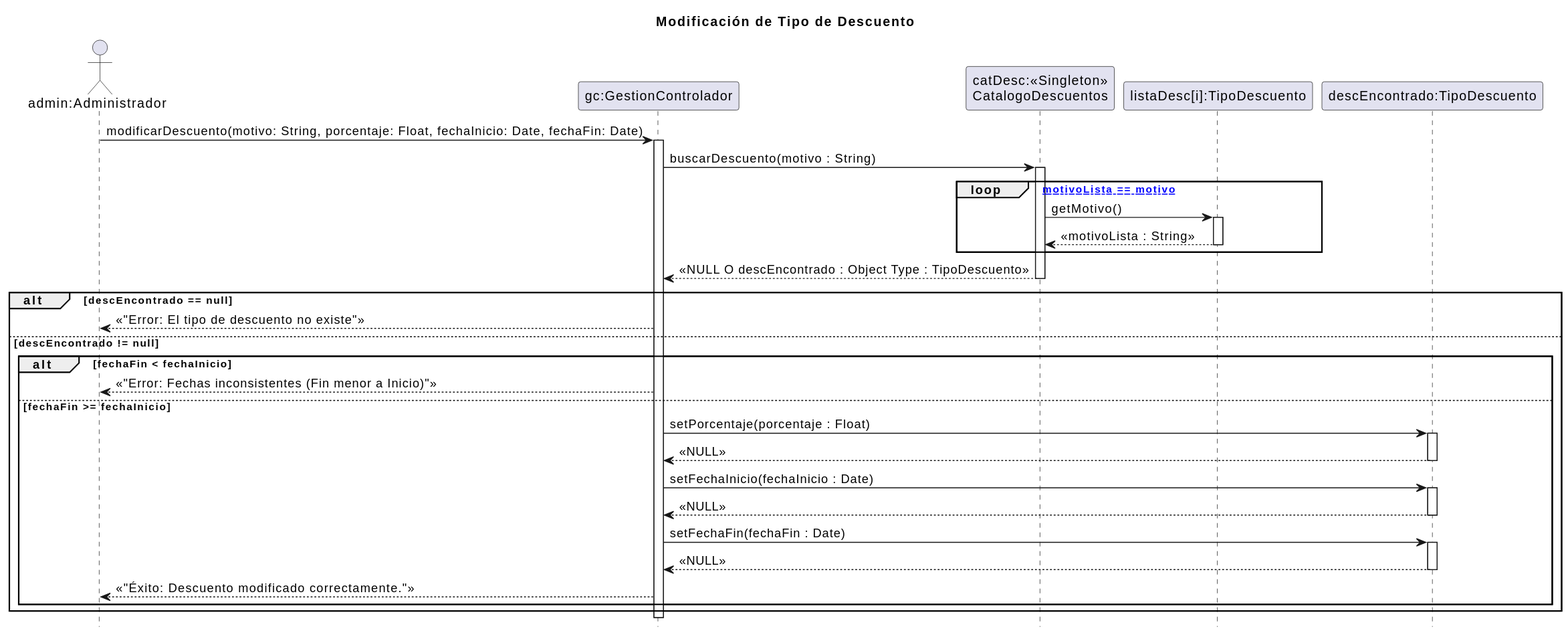
The PlantUML diagram 08 - Diagramas de Secuencia de Diseño/ModificarTipoDescuento/TipoDescuento.svg in zEzequR/PF-I, before a commit. The source it was exported from:
```plantuml
@startuml
title Modificación de Tipo de Descuento
hide footbox

actor "admin:Administrador" as admin
participant "gc:GestionControlador" as ctrl
participant "catDesc:<<Singleton>>\nCatalogoDescuentos" as cat
participant "listaDesc[i]:TipoDescuento" as listTD
participant "descEncontrado:TipoDescuento" as td

admin -> ctrl : modificarDescuento(motivo: String, porcentaje: Float, fechaInicio: Date, fechaFin: Date)
activate ctrl

ctrl -> cat : buscarDescuento(motivo : String)
activate cat

    loop [hasta motivoLista == motivo]
        cat -> listTD : getMotivo()
        activate listTD
        listTD --> cat : «motivoLista : String»
        deactivate listTD
    end

cat --> ctrl : «NULL O descEncontrado : Object Type : TipoDescuento»
deactivate cat

alt descEncontrado == null

    ctrl --> admin : «"Error: El tipo de descuento no existe"»

else descEncontrado != null

    alt fechaFin < fechaInicio

        ctrl --> admin : «"Error: Fechas inconsistentes (Fin menor a Inicio)"»

    else fechaFin >= fechaInicio


        ctrl -> td : setPorcentaje(porcentaje : Float)
        activate td
        td --> ctrl : «NULL»
        deactivate td

        ctrl -> td : setFechaInicio(fechaInicio : Date)
        activate td
        td --> ctrl : «NULL»
        deactivate td

        ctrl -> td : setFechaFin(fechaFin : Date)
        activate td
        td --> ctrl : «NULL»
        deactivate td

        ctrl --> admin : «"Éxito: Descuento modificado correctamente."»

    end

end

deactivate ctrl
@enduml
```
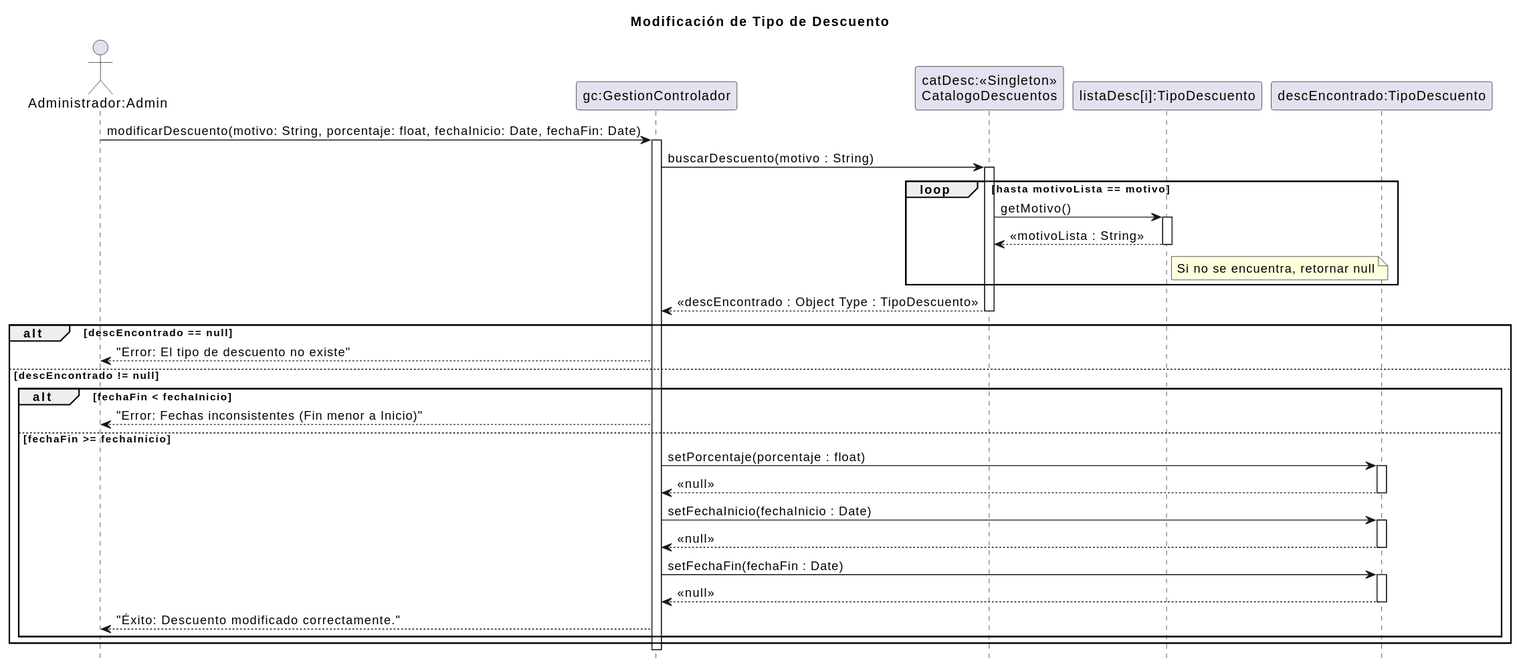
After the change.

Change to the diagram source:
```diff
@@ -2,57 +2,59 @@
 title Modificación de Tipo de Descuento
 hide footbox
 
-actor "admin:Administrador" as admin
+actor "Administrador:Admin" as admin
 participant "gc:GestionControlador" as ctrl
 participant "catDesc:<<Singleton>>\nCatalogoDescuentos" as cat
 participant "listaDesc[i]:TipoDescuento" as listTD
 participant "descEncontrado:TipoDescuento" as td
 
-admin -> ctrl : modificarDescuento(motivo: String, porcentaje: Float, fechaInicio: Date, fechaFin: Date)
+admin -> ctrl : modificarDescuento(motivo: String, porcentaje: float, fechaInicio: Date, fechaFin: Date)
 activate ctrl
 
 ctrl -> cat : buscarDescuento(motivo : String)
 activate cat
 
-    loop [hasta motivoLista == motivo]
-        cat -> listTD : getMotivo()
-        activate listTD
-        listTD --> cat : «motivoLista : String»
-        deactivate listTD
-    end
+loop hasta motivoLista == motivo
+    cat -> listTD : getMotivo()
+    activate listTD
+    listTD --> cat : <<motivoLista : String>>
 
-cat --> ctrl : «NULL O descEncontrado : Object Type : TipoDescuento»
+    note right of listTD : Si no se encuentra, retornar null
+
+    deactivate listTD
+end
+
+cat --> ctrl : <<descEncontrado : Object Type : TipoDescuento>>
 deactivate cat
 
 alt descEncontrado == null
 
-    ctrl --> admin : «"Error: El tipo de descuento no existe"»
+    ctrl --> admin : "Error: El tipo de descuento no existe"
 
 else descEncontrado != null
 
     alt fechaFin < fechaInicio
 
-        ctrl --> admin : «"Error: Fechas inconsistentes (Fin menor a Inicio)"»
+        ctrl --> admin : "Error: Fechas inconsistentes (Fin menor a Inicio)"
 
     else fechaFin >= fechaInicio
 
-
-        ctrl -> td : setPorcentaje(porcentaje : Float)
+        ctrl -> td : setPorcentaje(porcentaje : float)
         activate td
-        td --> ctrl : «NULL»
+        td --> ctrl : <<null>>
         deactivate td
 
         ctrl -> td : setFechaInicio(fechaInicio : Date)
         activate td
-        td --> ctrl : «NULL»
+        td --> ctrl : <<null>>
         deactivate td
 
         ctrl -> td : setFechaFin(fechaFin : Date)
         activate td
-        td --> ctrl : «NULL»
+        td --> ctrl : <<null>>
         deactivate td
 
-        ctrl --> admin : «"Éxito: Descuento modificado correctamente."»
+        ctrl --> admin : "Éxito: Descuento modificado correctamente."
 
     end
 
```
